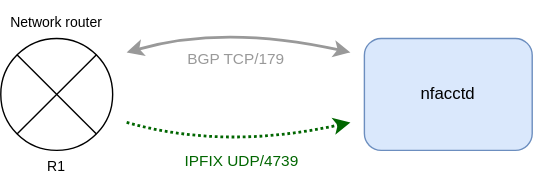
The draw.io diagram docs/use-cases/images/single_router_nfacctd.svg in datahangar/sfunnel, before a commit. Source tidied: cells renumbered, new cells last; positions are measured from the earlier drawing's top-left corner, leaving out a move shared by most shapes. Its diagram source:
```xml
<mxGraphModel>
  <root>
    <mxCell id="0" />
    <mxCell id="1" parent="0" />
    <mxCell id="2" style="shape=sumEllipse;perimeter=ellipsePerimeter;whiteSpace=wrap;html=1;backgroundOutline=1;" parent="1" vertex="1">
      <mxGeometry y="27" width="80" height="80" as="geometry" />
    </mxCell>
    <mxCell id="3" value="nfacctd" style="rounded=1;whiteSpace=wrap;html=1;fillColor=#dae8fc;strokeColor=#6c8ebf;" parent="1" vertex="1">
      <mxGeometry x="260" y="27" width="120" height="80" as="geometry" />
    </mxCell>
    <mxCell id="4" style="curved=1;endArrow=classic;html=1;rounded=0;strokeWidth=2;strokeColor=#999999;startArrow=classic;startFill=1;" parent="1" edge="1">
      <mxGeometry relative="1" as="geometry">
        <mxPoint x="90" y="37" as="sourcePoint" />
        <mxPoint x="250" y="37" as="targetPoint" />
        <Array as="points">
          <mxPoint x="160" y="17" />
        </Array>
      </mxGeometry>
    </mxCell>
    <mxCell id="5" value="&lt;div&gt;&lt;br&gt;&lt;/div&gt;&lt;div&gt;&lt;br&gt;&lt;/div&gt;&lt;div&gt;&lt;font color=&quot;#999999&quot;&gt;BGP TCP/179&lt;/font&gt;&lt;br&gt;&lt;/div&gt;" style="edgeLabel;html=1;align=center;verticalAlign=middle;labelBackgroundColor=none;" parent="4" vertex="1">
      <mxGeometry y="-10" relative="1" as="geometry" />
    </mxCell>
    <mxCell id="6" style="curved=1;endArrow=classic;html=1;rounded=0;strokeWidth=2;strokeColor=#006600;dashed=1;dashPattern=1 1;" parent="1" edge="1">
      <mxGeometry relative="1" as="geometry">
        <mxPoint x="90" y="87" as="sourcePoint" />
        <mxPoint x="250" y="87" as="targetPoint" />
        <Array as="points">
          <mxPoint x="160" y="107" />
        </Array>
      </mxGeometry>
    </mxCell>
    <mxCell id="7" value="&lt;div&gt;&lt;span style=&quot;background-color: initial;&quot;&gt;IPFIX UDP/4739&lt;/span&gt;&lt;br&gt;&lt;/div&gt;" style="edgeLabel;html=1;align=center;verticalAlign=middle;labelBackgroundColor=none;fontColor=#006600;" parent="6" vertex="1">
      <mxGeometry y="-10" relative="1" as="geometry" />
    </mxCell>
    <mxCell id="8" value="&lt;font style=&quot;font-size: 10px;&quot;&gt;Network router&lt;/font&gt;" style="text;html=1;align=center;verticalAlign=middle;whiteSpace=wrap;rounded=0;" parent="1" vertex="1">
      <mxGeometry x="5" width="70" height="30" as="geometry" />
    </mxCell>
    <mxCell id="9" value="&lt;font style=&quot;font-size: 10px;&quot;&gt;R1&lt;/font&gt;" style="text;html=1;align=center;verticalAlign=middle;whiteSpace=wrap;rounded=0;" parent="1" vertex="1">
      <mxGeometry x="5" y="103" width="70" height="30" as="geometry" />
    </mxCell>
  </root>
</mxGraphModel>
```
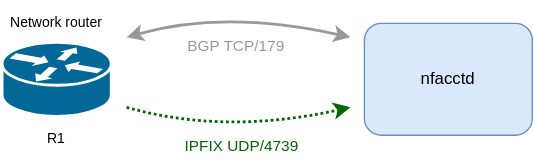
After the change.

Change to the diagram source:
```diff
@@ -2,9 +2,6 @@
   <root>
     <mxCell id="0" />
     <mxCell id="1" parent="0" />
-    <mxCell id="2" style="shape=sumEllipse;perimeter=ellipsePerimeter;whiteSpace=wrap;html=1;backgroundOutline=1;" parent="1" vertex="1">
-      <mxGeometry y="27" width="80" height="80" as="geometry" />
-    </mxCell>
     <mxCell id="3" value="nfacctd" style="rounded=1;whiteSpace=wrap;html=1;fillColor=#dae8fc;strokeColor=#6c8ebf;" parent="1" vertex="1">
       <mxGeometry x="260" y="27" width="120" height="80" as="geometry" />
     </mxCell>
@@ -18,7 +15,9 @@
       </mxGeometry>
     </mxCell>
     <mxCell id="5" value="&lt;div&gt;&lt;br&gt;&lt;/div&gt;&lt;div&gt;&lt;br&gt;&lt;/div&gt;&lt;div&gt;&lt;font color=&quot;#999999&quot;&gt;BGP TCP/179&lt;/font&gt;&lt;br&gt;&lt;/div&gt;" style="edgeLabel;html=1;align=center;verticalAlign=middle;labelBackgroundColor=none;" parent="4" vertex="1">
-      <mxGeometry y="-10" relative="1" as="geometry" />
+      <mxGeometry y="-10" relative="1" as="geometry">
+        <mxPoint y="1" as="offset" />
+      </mxGeometry>
     </mxCell>
     <mxCell id="6" style="curved=1;endArrow=classic;html=1;rounded=0;strokeWidth=2;strokeColor=#006600;dashed=1;dashPattern=1 1;" parent="1" edge="1">
       <mxGeometry relative="1" as="geometry">
@@ -33,10 +32,13 @@
       <mxGeometry y="-10" relative="1" as="geometry" />
     </mxCell>
     <mxCell id="8" value="&lt;font style=&quot;font-size: 10px;&quot;&gt;Network router&lt;/font&gt;" style="text;html=1;align=center;verticalAlign=middle;whiteSpace=wrap;rounded=0;" parent="1" vertex="1">
-      <mxGeometry x="5" width="70" height="30" as="geometry" />
+      <mxGeometry x="5" y="10.5" width="70" height="30" as="geometry" />
     </mxCell>
     <mxCell id="9" value="&lt;font style=&quot;font-size: 10px;&quot;&gt;R1&lt;/font&gt;" style="text;html=1;align=center;verticalAlign=middle;whiteSpace=wrap;rounded=0;" parent="1" vertex="1">
-      <mxGeometry x="5" y="103" width="70" height="30" as="geometry" />
+      <mxGeometry x="5" y="93.5" width="70" height="30" as="geometry" />
     </mxCell>
+    <mxCell id="10" style="shape=mxgraph.cisco.routers.router;sketch=0;html=1;dashed=0;fillColor=#036897;strokeColor=#ffffff;strokeWidth=2;verticalLabelPosition=bottom;verticalAlign=top;align=center;" parent="1" vertex="1">
+      <mxGeometry x="1" y="40.5" width="78" height="53" as="geometry" />
+    </mxCell>
   </root>
 </mxGraphModel>
```
